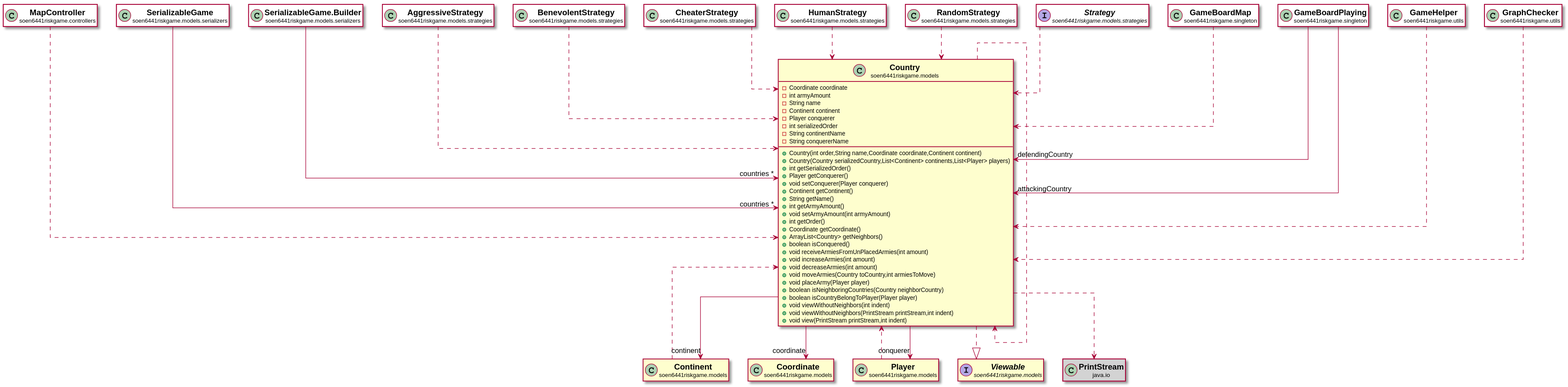
huntertran/soen6441-riskgame keeps this PlantUML diagram as docs/javadocs/soen6441riskgame/models/Country.svg. Above is the earlier version. Source of this version:
```plantuml
@startuml

skinparam svgLinkTarget _parent
skinparam linetype ortho
set namespaceSeparator none
class "<b><size:14>Country</b>\n<size:10>soen6441riskgame.models" as soen6441riskgame.models.Country  [[../../soen6441riskgame/models/Country.html{soen6441riskgame.models.Country}]] {
-Coordinate coordinate
-int armyAmount
-String name
-Continent continent
-Player conquerer
-int serializedOrder
-String continentName
-String conquererName
+Country(int order,String name,Coordinate coordinate,Continent continent)
+Country(Country serializedCountry,List<Continent> continents,List<Player> players)
+int getSerializedOrder()
+Player getConquerer()
+void setConquerer(Player conquerer)
+Continent getContinent()
+String getName()
+int getArmyAmount()
+void setArmyAmount(int armyAmount)
+int getOrder()
+Coordinate getCoordinate()
+ArrayList<Country> getNeighbors()
+boolean isConquered()
+void receiveArmiesFromUnPlacedArmies(int amount)
+void increaseArmies(int amount)
+void decreaseArmies(int amount)
+void moveArmies(Country toCountry,int armiesToMove)
+void placeArmy(Player player)
+boolean isNeighboringCountries(Country neighborCountry)
+boolean isCountryBelongToPlayer(Player player)
+void viewWithoutNeighbors(int indent)
+void viewWithoutNeighbors(PrintStream printStream,int indent)
+void view(PrintStream printStream,int indent)
}


class "<b><size:14>MapController</b>\n<size:10>soen6441riskgame.controllers" as soen6441riskgame.controllers.MapController  [[../../soen6441riskgame/controllers/MapController.html{soen6441riskgame.controllers.MapController}]] #white {
}

hide soen6441riskgame.controllers.MapController fields
hide soen6441riskgame.controllers.MapController methods

soen6441riskgame.controllers.MapController ..> soen6441riskgame.models.Country

class "<b><size:14>Continent</b>\n<size:10>soen6441riskgame.models" as soen6441riskgame.models.Continent  [[../../soen6441riskgame/models/Continent.html{soen6441riskgame.models.Continent}]] {
}

hide soen6441riskgame.models.Continent fields
hide soen6441riskgame.models.Continent methods

soen6441riskgame.models.Continent ..> soen6441riskgame.models.Country

class "<b><size:14>Coordinate</b>\n<size:10>soen6441riskgame.models" as soen6441riskgame.models.Coordinate  [[../../soen6441riskgame/models/Coordinate.html{soen6441riskgame.models.Coordinate}]] {
}

hide soen6441riskgame.models.Coordinate fields
hide soen6441riskgame.models.Coordinate methods

soen6441riskgame.models.Country -->  "coordinate" soen6441riskgame.models.Coordinate

soen6441riskgame.models.Country -->  "continent" soen6441riskgame.models.Continent

class "<b><size:14>Player</b>\n<size:10>soen6441riskgame.models" as soen6441riskgame.models.Player  [[../../soen6441riskgame/models/Player.html{soen6441riskgame.models.Player}]] {
}

hide soen6441riskgame.models.Player fields
hide soen6441riskgame.models.Player methods

soen6441riskgame.models.Country -->  "conquerer" soen6441riskgame.models.Player


interface "<b><size:14>Viewable</b>\n<size:10>soen6441riskgame.models" as soen6441riskgame.models.Viewable  [[../../soen6441riskgame/models/Viewable.html{soen6441riskgame.models.Viewable}]] {
}

hide soen6441riskgame.models.Viewable fields
hide soen6441riskgame.models.Viewable methods

soen6441riskgame.models.Country ..|> soen6441riskgame.models.Viewable




soen6441riskgame.models.Country ..> soen6441riskgame.models.Country

class "<b><size:14>PrintStream</b>\n<size:10>java.io" as java.io.PrintStream  #lightgrey {
}

hide java.io.PrintStream fields
hide java.io.PrintStream methods

soen6441riskgame.models.Country ..> java.io.PrintStream

soen6441riskgame.models.Player ..> soen6441riskgame.models.Country

class "<b><size:14>SerializableGame</b>\n<size:10>soen6441riskgame.models.serializers" as soen6441riskgame.models.serializers.SerializableGame  [[../../soen6441riskgame/models/serializers/SerializableGame.html{soen6441riskgame.models.serializers.SerializableGame}]] #white {
}

hide soen6441riskgame.models.serializers.SerializableGame fields
hide soen6441riskgame.models.serializers.SerializableGame methods

soen6441riskgame.models.serializers.SerializableGame -->  "countries *" soen6441riskgame.models.Country

class "<b><size:14>SerializableGame.Builder</b>\n<size:10>soen6441riskgame.models.serializers" as soen6441riskgame.models.serializers.SerializableGame.Builder  [[../../soen6441riskgame/models/serializers/SerializableGame.Builder.html{soen6441riskgame.models.serializers.SerializableGame.Builder}]] #white {
}

hide soen6441riskgame.models.serializers.SerializableGame.Builder fields
hide soen6441riskgame.models.serializers.SerializableGame.Builder methods

soen6441riskgame.models.serializers.SerializableGame.Builder -->  "countries *" soen6441riskgame.models.Country

class "<b><size:14>AggressiveStrategy</b>\n<size:10>soen6441riskgame.models.strategies" as soen6441riskgame.models.strategies.AggressiveStrategy  [[../../soen6441riskgame/models/strategies/AggressiveStrategy.html{soen6441riskgame.models.strategies.AggressiveStrategy}]] #white {
}

hide soen6441riskgame.models.strategies.AggressiveStrategy fields
hide soen6441riskgame.models.strategies.AggressiveStrategy methods

soen6441riskgame.models.strategies.AggressiveStrategy ..> soen6441riskgame.models.Country

class "<b><size:14>BenevolentStrategy</b>\n<size:10>soen6441riskgame.models.strategies" as soen6441riskgame.models.strategies.BenevolentStrategy  [[../../soen6441riskgame/models/strategies/BenevolentStrategy.html{soen6441riskgame.models.strategies.BenevolentStrategy}]] #white {
}

hide soen6441riskgame.models.strategies.BenevolentStrategy fields
hide soen6441riskgame.models.strategies.BenevolentStrategy methods

soen6441riskgame.models.strategies.BenevolentStrategy ..> soen6441riskgame.models.Country

class "<b><size:14>CheaterStrategy</b>\n<size:10>soen6441riskgame.models.strategies" as soen6441riskgame.models.strategies.CheaterStrategy  [[../../soen6441riskgame/models/strategies/CheaterStrategy.html{soen6441riskgame.models.strategies.CheaterStrategy}]] #white {
}

hide soen6441riskgame.models.strategies.CheaterStrategy fields
hide soen6441riskgame.models.strategies.CheaterStrategy methods

soen6441riskgame.models.strategies.CheaterStrategy ..> soen6441riskgame.models.Country

class "<b><size:14>HumanStrategy</b>\n<size:10>soen6441riskgame.models.strategies" as soen6441riskgame.models.strategies.HumanStrategy  [[../../soen6441riskgame/models/strategies/HumanStrategy.html{soen6441riskgame.models.strategies.HumanStrategy}]] #white {
}

hide soen6441riskgame.models.strategies.HumanStrategy fields
hide soen6441riskgame.models.strategies.HumanStrategy methods

soen6441riskgame.models.strategies.HumanStrategy ..> soen6441riskgame.models.Country

class "<b><size:14>RandomStrategy</b>\n<size:10>soen6441riskgame.models.strategies" as soen6441riskgame.models.strategies.RandomStrategy  [[../../soen6441riskgame/models/strategies/RandomStrategy.html{soen6441riskgame.models.strategies.RandomStrategy}]] #white {
}

hide soen6441riskgame.models.strategies.RandomStrategy fields
hide soen6441riskgame.models.strategies.RandomStrategy methods

soen6441riskgame.models.strategies.RandomStrategy ..> soen6441riskgame.models.Country

interface "<b><size:14>Strategy</b>\n<size:10>soen6441riskgame.models.strategies" as soen6441riskgame.models.strategies.Strategy  [[../../soen6441riskgame/models/strategies/Strategy.html{soen6441riskgame.models.strategies.Strategy}]] #white {
}

hide soen6441riskgame.models.strategies.Strategy fields
hide soen6441riskgame.models.strategies.Strategy methods

soen6441riskgame.models.strategies.Strategy ..> soen6441riskgame.models.Country

class "<b><size:14>GameBoardMap</b>\n<size:10>soen6441riskgame.singleton" as soen6441riskgame.singleton.GameBoardMap  [[../../soen6441riskgame/singleton/GameBoardMap.html{soen6441riskgame.singleton.GameBoardMap}]] #white {
}

hide soen6441riskgame.singleton.GameBoardMap fields
hide soen6441riskgame.singleton.GameBoardMap methods

soen6441riskgame.singleton.GameBoardMap ..> soen6441riskgame.models.Country

class "<b><size:14>GameBoardPlaying</b>\n<size:10>soen6441riskgame.singleton" as soen6441riskgame.singleton.GameBoardPlaying  [[../../soen6441riskgame/singleton/GameBoardPlaying.html{soen6441riskgame.singleton.GameBoardPlaying}]] #white {
}

hide soen6441riskgame.singleton.GameBoardPlaying fields
hide soen6441riskgame.singleton.GameBoardPlaying methods

soen6441riskgame.singleton.GameBoardPlaying -->  "attackingCountry" soen6441riskgame.models.Country

soen6441riskgame.singleton.GameBoardPlaying -->  "defendingCountry" soen6441riskgame.models.Country

class "<b><size:14>GameHelper</b>\n<size:10>soen6441riskgame.utils" as soen6441riskgame.utils.GameHelper  [[../../soen6441riskgame/utils/GameHelper.html{soen6441riskgame.utils.GameHelper}]] #white {
}

hide soen6441riskgame.utils.GameHelper fields
hide soen6441riskgame.utils.GameHelper methods

soen6441riskgame.utils.GameHelper ..> soen6441riskgame.models.Country

class "<b><size:14>GraphChecker</b>\n<size:10>soen6441riskgame.utils" as soen6441riskgame.utils.GraphChecker  [[../../soen6441riskgame/utils/GraphChecker.html{soen6441riskgame.utils.GraphChecker}]] #white {
}

hide soen6441riskgame.utils.GraphChecker fields
hide soen6441riskgame.utils.GraphChecker methods

soen6441riskgame.utils.GraphChecker ..> soen6441riskgame.models.Country


@enduml
```
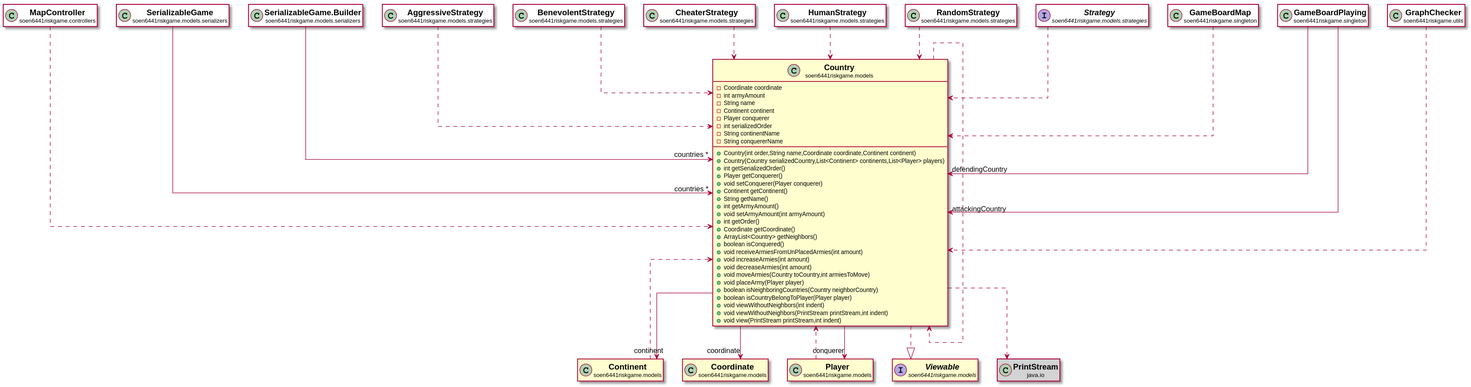
The same file after the commit.

What changed in the source:
```diff
@@ -36,6 +36,7 @@
 +void viewWithoutNeighbors(PrintStream printStream,int indent)
 +void view(PrintStream printStream,int indent)
 }
+
 
 
 class "<b><size:14>MapController</b>\n<size:10>soen6441riskgame.controllers" as soen6441riskgame.controllers.MapController  [[../../soen6441riskgame/controllers/MapController.html{soen6441riskgame.controllers.MapController}]] #white {
@@ -178,14 +179,6 @@
 
 soen6441riskgame.singleton.GameBoardPlaying -->  "defendingCountry" soen6441riskgame.models.Country
 
-class "<b><size:14>GameHelper</b>\n<size:10>soen6441riskgame.utils" as soen6441riskgame.utils.GameHelper  [[../../soen6441riskgame/utils/GameHelper.html{soen6441riskgame.utils.GameHelper}]] #white {
-}
-
-hide soen6441riskgame.utils.GameHelper fields
-hide soen6441riskgame.utils.GameHelper methods
-
-soen6441riskgame.utils.GameHelper ..> soen6441riskgame.models.Country
-
 class "<b><size:14>GraphChecker</b>\n<size:10>soen6441riskgame.utils" as soen6441riskgame.utils.GraphChecker  [[../../soen6441riskgame/utils/GraphChecker.html{soen6441riskgame.utils.GraphChecker}]] #white {
 }
 
```
